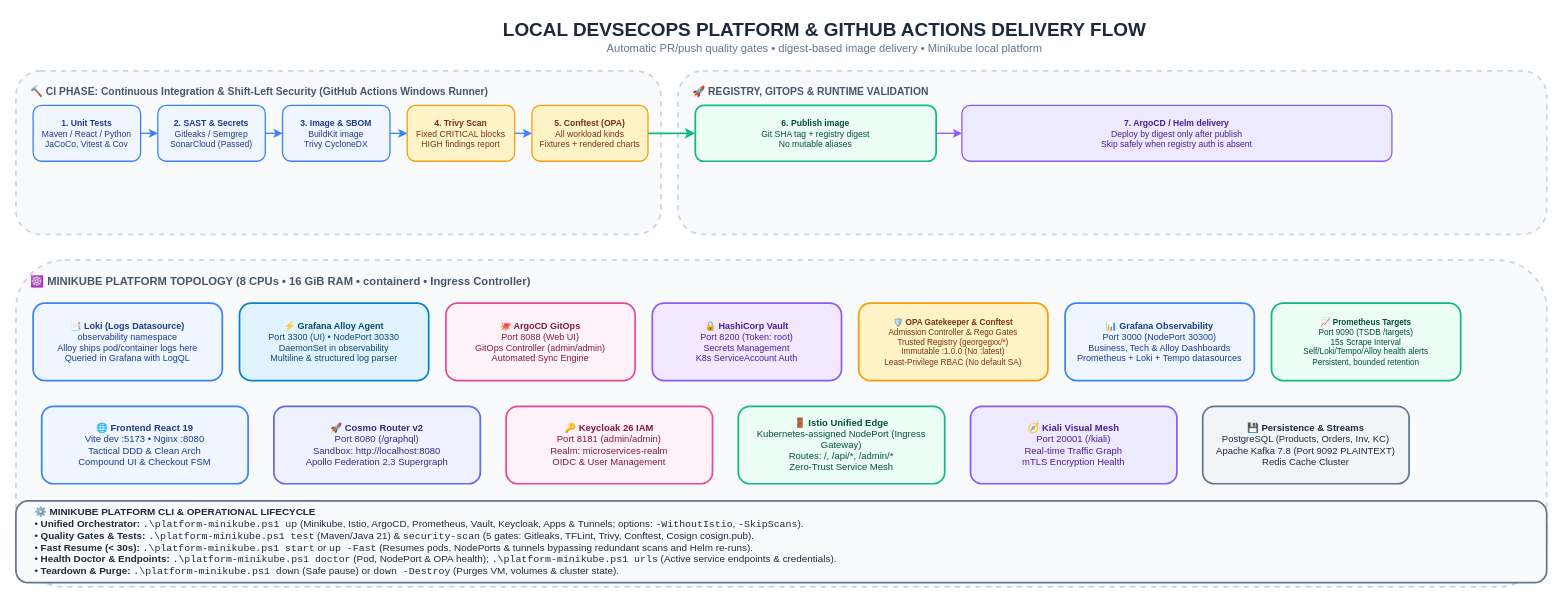
The draw.io diagram page "9. Local DevSecOps Platform & GitHub Actions Delivery" (9 of 16) of docs/Diagrams.drawio in GeorgeGxx/microservices-architecture, before the edit. Source tidied: cells renumbered, new cells numbered last; positions are measured from the earlier drawing's top-left corner, leaving out a move shared by most shapes. Both pictures are drawn from the tidied source at 86%, with x=0, y=0 at pixel (15, 15).
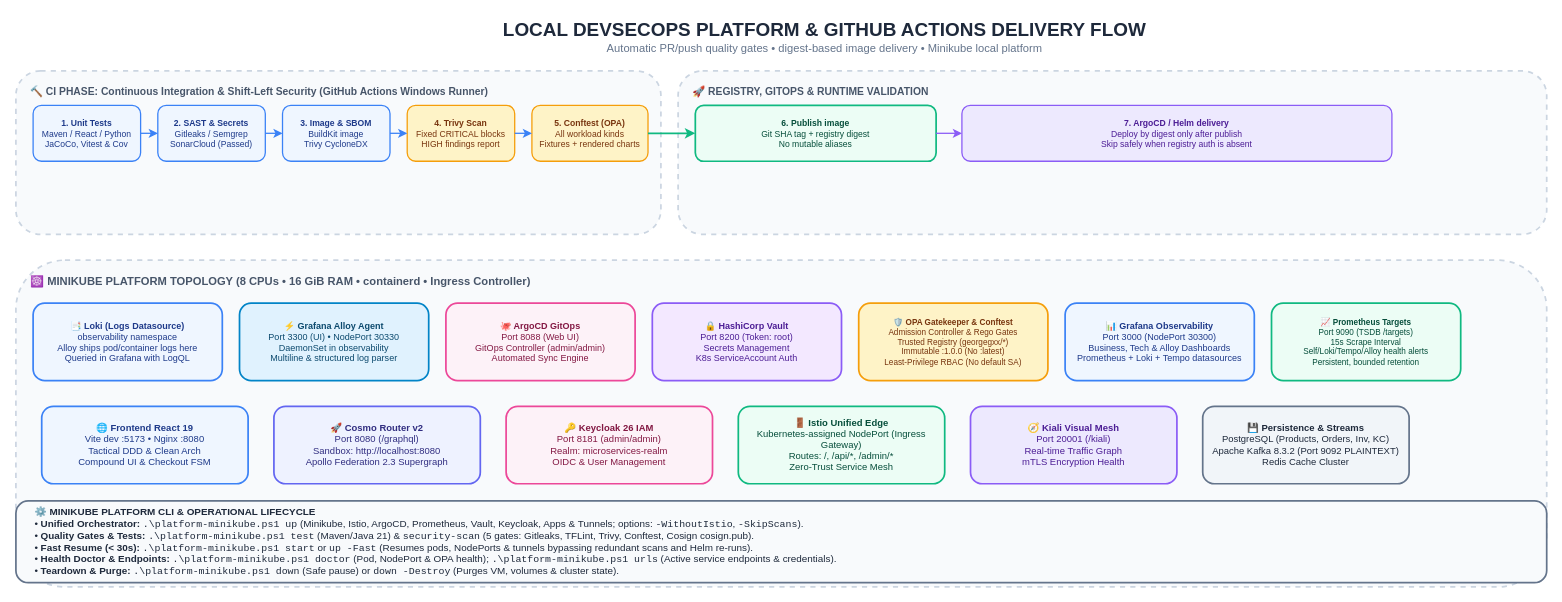
The same diagram, later.

The edit, as a diff of the source:
```diff
@@
-    <mxCell id="31" value="&lt;b&gt;💾 Persistence &amp; Streams&lt;/b&gt;&lt;br&gt;PostgreSQL (Products, Orders, Inv, KC)&lt;br&gt;Apache Kafka 7.8 (Port 9092 PLAINTEXT)&lt;br&gt;Redis Cache Cluster" style="rounded=1;whiteSpace=wrap;html=1;fillColor=#F1F5F9;strokeColor=#64748B;strokeWidth=2;fontColor=#1E293B;fontSize=11;" parent="1" vertex="1">
+    <mxCell id="31" value="&lt;b&gt;💾 Persistence &amp; Streams&lt;/b&gt;&lt;br&gt;PostgreSQL (Products, Orders, Inv, KC)&lt;br&gt;Apache Kafka 8.3.2 (Port 9092 PLAINTEXT)&lt;br&gt;Redis Cache Cluster" style="rounded=1;whiteSpace=wrap;html=1;fillColor=#F1F5F9;strokeColor=#64748B;strokeWidth=2;fontColor=#1E293B;fontSize=11;" parent="1" vertex="1">
       <mxGeometry x="1380" y="455" width="240" height="90" as="geometry" />
     </mxCell>
```
